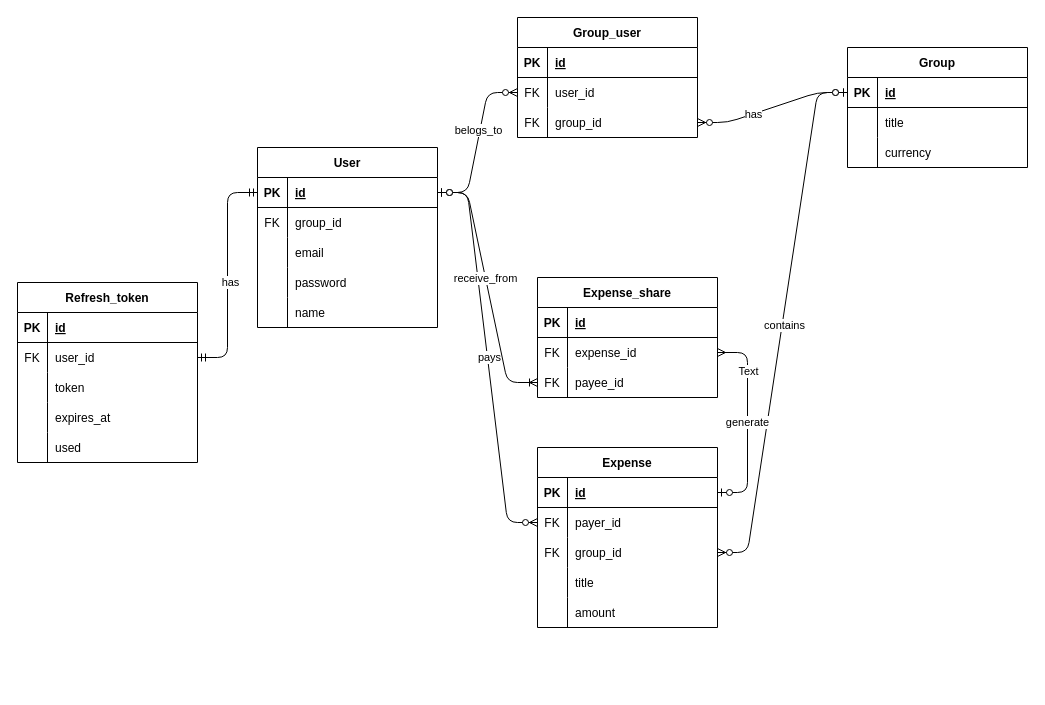
Kai-Itakura/splitit keeps this draw.io diagram as docs/database.drawio. Above is the earlier version. Source tidied: cells renumbered, new cells numbered last; positions are measured from the earlier drawing's top-left corner, leaving out a move shared by most shapes. Both pictures are drawn from the tidied source at 100%, with x=0, y=0 at pixel (17, 17).
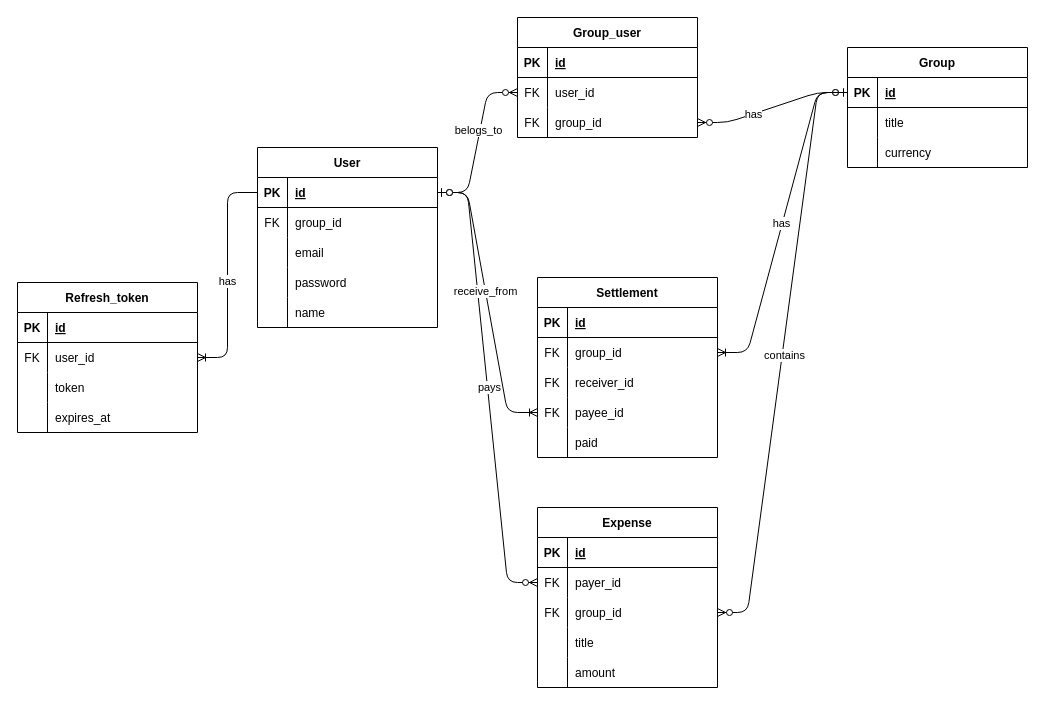
The same diagram, later.

Unchanged cells that the change refers to:
```xml
<mxCell id="3" style="shape=tableRow;horizontal=0;startSize=0;swimlaneHead=0;swimlaneBody=0;fillColor=none;points=[[0,0.5],[1,0.5]];portConstraint=eastwest;top=0;left=0;right=0;bottom=1;" parent="2" vertex="1">
  <mxGeometry y="30" width="180" height="30" as="geometry" />
</mxCell>
<mxCell id="19" style="shape=tableRow;horizontal=0;startSize=0;swimlaneHead=0;swimlaneBody=0;fillColor=none;points=[[0,0.5],[1,0.5]];portConstraint=eastwest;top=0;left=0;right=0;bottom=1;" parent="18" vertex="1">
  <mxGeometry y="30" width="180" height="30" as="geometry" />
</mxCell>
<mxCell id="44" style="shape=tableRow;horizontal=0;startSize=0;swimlaneHead=0;swimlaneBody=0;fillColor=none;points=[[0,0.5],[1,0.5]];portConstraint=eastwest;top=0;left=0;right=0;bottom=1;" parent="43" vertex="1">
  <mxGeometry y="30" width="180" height="30" as="geometry" />
</mxCell>
<mxCell id="67" style="shape=tableRow;horizontal=0;startSize=0;swimlaneHead=0;swimlaneBody=0;fillColor=none;points=[[0,0.5],[1,0.5]];portConstraint=eastwest;top=0;left=0;right=0;bottom=0;" parent="63" vertex="1">
  <mxGeometry y="60" width="180" height="30" as="geometry" />
</mxCell>
<mxCell id="82" style="shape=tableRow;horizontal=0;startSize=0;swimlaneHead=0;swimlaneBody=0;fillColor=none;points=[[0,0.5],[1,0.5]];portConstraint=eastwest;top=0;left=0;right=0;bottom=0;" parent="78" vertex="1">
  <mxGeometry y="60" width="180" height="30" as="geometry" />
</mxCell>
```

Diff of the diagram source:
```diff
@@
     <mxCell id="43" value="Expense" style="shape=table;startSize=30;childLayout=tableLayout;rowLines=0;fontStyle=1;align=center;" parent="1" vertex="1">
-      <mxGeometry x="520" y="430" width="180" height="180" as="geometry" />
+      <mxGeometry x="520" y="490" width="180" height="180" as="geometry" />
     </mxCell>
@@
-    <mxCell id="63" value="Expense_share" style="shape=table;startSize=30;childLayout=tableLayout;rowLines=0;fontStyle=1;align=center;" parent="1" vertex="1">
-      <mxGeometry x="520" y="260" width="180" height="120" as="geometry" />
+    <mxCell id="63" value="Settlement" style="shape=table;startSize=30;childLayout=tableLayout;rowLines=0;fontStyle=1;align=center;" parent="1" vertex="1">
+      <mxGeometry x="520" y="260" width="180" height="180" as="geometry" />
     </mxCell>
@@
-    <mxCell id="69" value="expense_id" style="shape=partialRectangle;fillColor=none;top=0;left=0;bottom=0;right=0;align=left;spacingLeft=6;overflow=hidden;" parent="67" vertex="1">
+    <mxCell id="69" value="group_id" style="shape=partialRectangle;fillColor=none;top=0;left=0;bottom=0;right=0;align=left;spacingLeft=6;overflow=hidden;" parent="67" vertex="1">
       <mxGeometry x="30" width="150" height="30" as="geometry" />
     </mxCell>
+    <mxCell id="96" style="shape=tableRow;horizontal=0;startSize=0;swimlaneHead=0;swimlaneBody=0;fillColor=none;top=0;left=0;right=0;bottom=0;" parent="63" vertex="1">
+      <mxGeometry y="90" width="180" height="30" as="geometry" />
+    </mxCell>
+    <mxCell id="97" value="FK" style="shape=partialRectangle;fillColor=none;top=0;left=0;bottom=0;right=0;overflow=hidden;" parent="96" vertex="1">
+      <mxGeometry width="30" height="30" as="geometry" />
+    </mxCell>
+    <mxCell id="98" value="receiver_id" style="shape=partialRectangle;fillColor=none;top=0;left=0;bottom=0;right=0;align=left;spacingLeft=6;overflow=hidden;" parent="96" vertex="1">
+      <mxGeometry x="30" width="150" height="30" as="geometry" />
+    </mxCell>
     <mxCell id="70" style="shape=tableRow;horizontal=0;startSize=0;swimlaneHead=0;swimlaneBody=0;fillColor=none;points=[[0,0.5],[1,0.5]];portConstraint=eastwest;top=0;left=0;right=0;bottom=0;" parent="63" vertex="1">
-      <mxGeometry y="90" width="180" height="30" as="geometry" />
+      <mxGeometry y="120" width="180" height="30" as="geometry" />
     </mxCell>
@@
-    <mxCell id="73" style="edgeStyle=entityRelationEdgeStyle;fontSize=12;html=1;endArrow=ERmany;startArrow=ERzeroToOne;entryX=1;entryY=0.5;entryDx=0;entryDy=0;exitX=1;exitY=0.5;exitDx=0;exitDy=0;endFill=0;" parent="1" edge="1" source="44" target="67">
-      <mxGeometry relative="1" as="geometry" />
-    </mxCell>
-    <mxCell id="74" value="generate" style="edgeLabel;html=1;align=center;verticalAlign=middle;" parent="73" vertex="1">
-      <mxGeometry x="0.01" y="1" relative="1" as="geometry" />
-    </mxCell>
-    <mxCell id="75" value="Text" style="edgeLabel;html=1;align=center;verticalAlign=middle;" parent="73" vertex="1">
-      <mxGeometry x="0.52" relative="1" as="geometry" />
-    </mxCell>
+    <mxCell id="91" style="shape=tableRow;horizontal=0;startSize=0;swimlaneHead=0;swimlaneBody=0;fillColor=none;top=0;left=0;right=0;bottom=0;" parent="63" vertex="1">
+      <mxGeometry y="150" width="180" height="30" as="geometry" />
+    </mxCell>
+    <mxCell id="92" style="shape=partialRectangle;fillColor=none;top=0;left=0;bottom=0;right=0;overflow=hidden;" parent="91" vertex="1">
+      <mxGeometry width="30" height="30" as="geometry" />
+    </mxCell>
+    <mxCell id="99" value="paid" style="shape=partialRectangle;fillColor=none;top=0;left=0;bottom=0;right=0;align=left;spacingLeft=6;overflow=hidden;" parent="91" vertex="1">
+      <mxGeometry x="30" width="150" height="30" as="geometry" />
+    </mxCell>
@@
     <mxCell id="78" value="Refresh_token" style="shape=table;startSize=30;childLayout=tableLayout;rowLines=0;fontStyle=1;align=center;" parent="1" vertex="1">
-      <mxGeometry y="265" width="180" height="180" as="geometry" />
+      <mxGeometry y="265" width="180" height="150" as="geometry" />
     </mxCell>
@@
-    <mxCell id="91" style="shape=tableRow;horizontal=0;startSize=0;swimlaneHead=0;swimlaneBody=0;fillColor=none;top=0;left=0;right=0;bottom=0;" parent="78" vertex="1">
-      <mxGeometry y="150" width="180" height="30" as="geometry" />
-    </mxCell>
-    <mxCell id="92" style="shape=partialRectangle;fillColor=none;top=0;left=0;bottom=0;right=0;overflow=hidden;" parent="91" vertex="1">
-      <mxGeometry width="30" height="30" as="geometry" />
-    </mxCell>
-    <mxCell id="93" value="used" style="shape=partialRectangle;fillColor=none;top=0;left=0;bottom=0;right=0;align=left;spacingLeft=6;overflow=hidden;" parent="91" vertex="1">
-      <mxGeometry x="30" width="150" height="30" as="geometry" />
-    </mxCell>
-    <mxCell id="94" style="edgeStyle=entityRelationEdgeStyle;fontSize=12;html=1;endArrow=ERmandOne;startArrow=ERmandOne;exitX=1;exitY=0.5;exitDx=0;exitDy=0;entryX=0;entryY=0.5;entryDx=0;entryDy=0;" parent="1" edge="1" source="82" target="3">
-      <mxGeometry relative="1" as="geometry" />
-    </mxCell>
-    <mxCell id="95" value="has" style="edgeLabel;html=1;align=center;verticalAlign=middle;" parent="94" vertex="1">
-      <mxGeometry x="-0.06" y="-2" relative="1" as="geometry" />
-    </mxCell>
+    <mxCell id="100" style="edgeStyle=entityRelationEdgeStyle;fontSize=12;html=1;endArrow=ERoneToMany;entryX=1;entryY=0.5;entryDx=0;entryDy=0;exitX=0;exitY=0.5;exitDx=0;exitDy=0;" parent="1" edge="1" source="19" target="67">
+      <mxGeometry relative="1" as="geometry" />
+    </mxCell>
+    <mxCell id="101" value="has" style="edgeLabel;html=1;align=center;verticalAlign=middle;" parent="100" vertex="1">
+      <mxGeometry y="-1" relative="1" as="geometry" />
+    </mxCell>
+    <mxCell id="102" style="edgeStyle=entityRelationEdgeStyle;fontSize=12;html=1;endArrow=ERoneToMany;exitX=0;exitY=0.5;exitDx=0;exitDy=0;entryX=1;entryY=0.5;entryDx=0;entryDy=0;" parent="1" edge="1" source="3" target="82">
+      <mxGeometry relative="1" as="geometry" />
+    </mxCell>
+    <mxCell id="103" value="has" style="edgeLabel;html=1;align=center;verticalAlign=middle;" parent="102" vertex="1">
+      <mxGeometry x="0.05" y="-1" relative="1" as="geometry" />
+    </mxCell>
```
